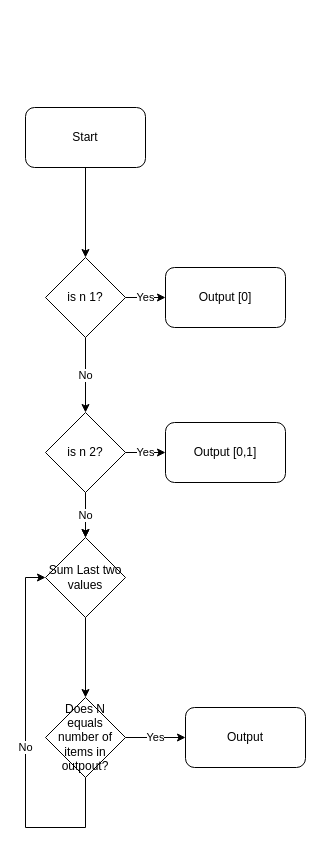
This is fibonacci.drawio from Santhosh17/javascript_ref, a draw.io file, before an edit. Source tidied: cells renumbered, new cells numbered last; positions are measured from the earlier drawing's top-left corner, leaving out a move shared by most shapes. Both pictures are drawn from the tidied source at 100%, with x=0, y=0 at pixel (25, 107).
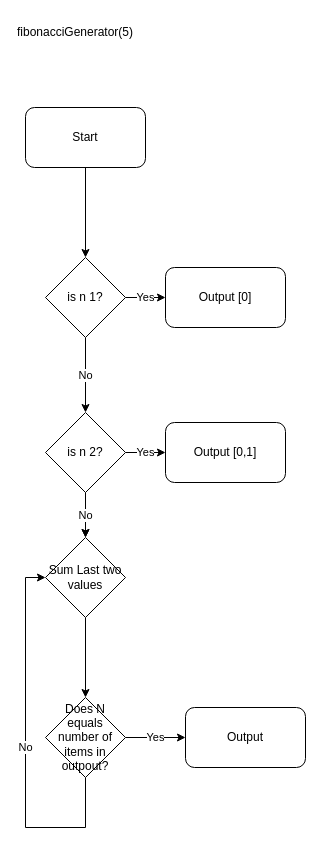
The same diagram, later.

What changed in the source:
```diff
@@
+    <mxCell id="19" value="fibonacciGenerator(5)&lt;br&gt;" style="text;html=1;strokeColor=none;fillColor=none;align=center;verticalAlign=middle;whiteSpace=wrap;rounded=0;" parent="1" vertex="1">
+      <mxGeometry x="20" y="-90" width="60" height="30" as="geometry" />
+    </mxCell>
```
